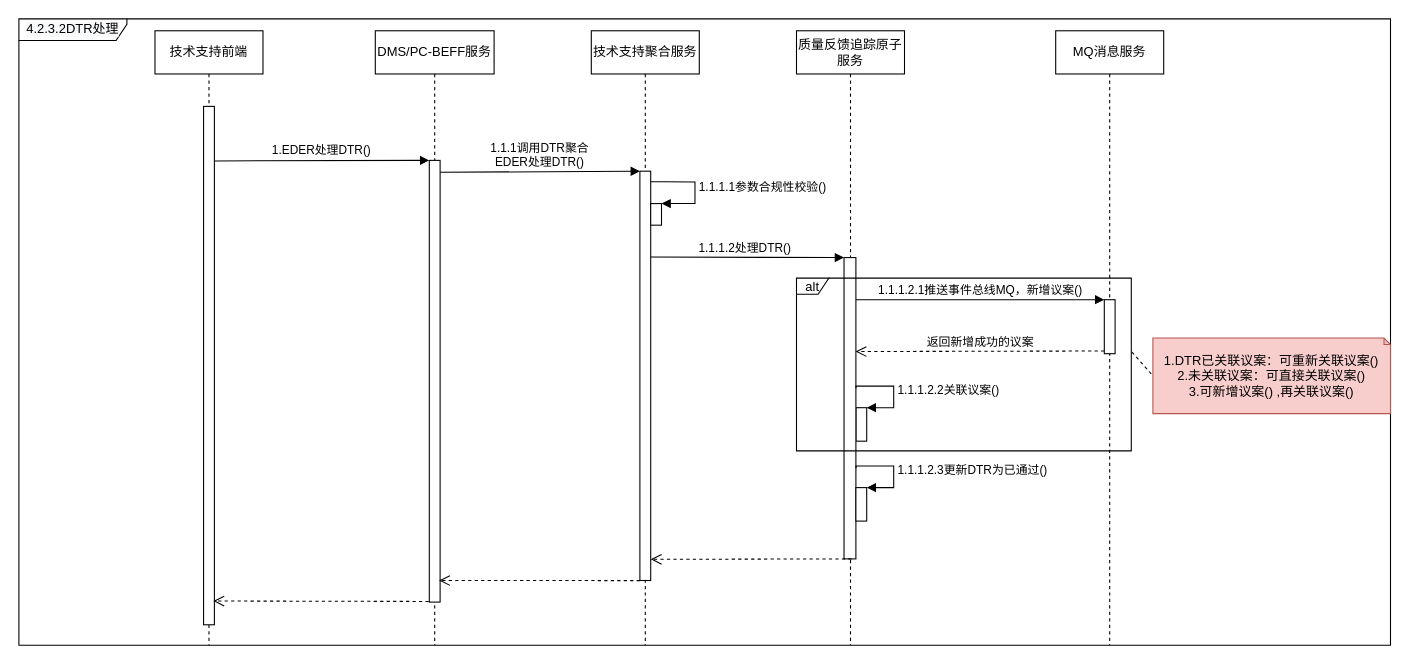
The draw.io diagram page "DTR行为设计-处理" (5 of 5) of images/DTR时序图.drawio in 1132489442/designer, before the edit. Source tidied: cells renumbered, new cells numbered last; positions are measured from the earlier drawing's top-left corner, leaving out a move shared by most shapes. Both pictures are drawn from the tidied source at 108%, with x=0, y=0 at pixel (18, 18).
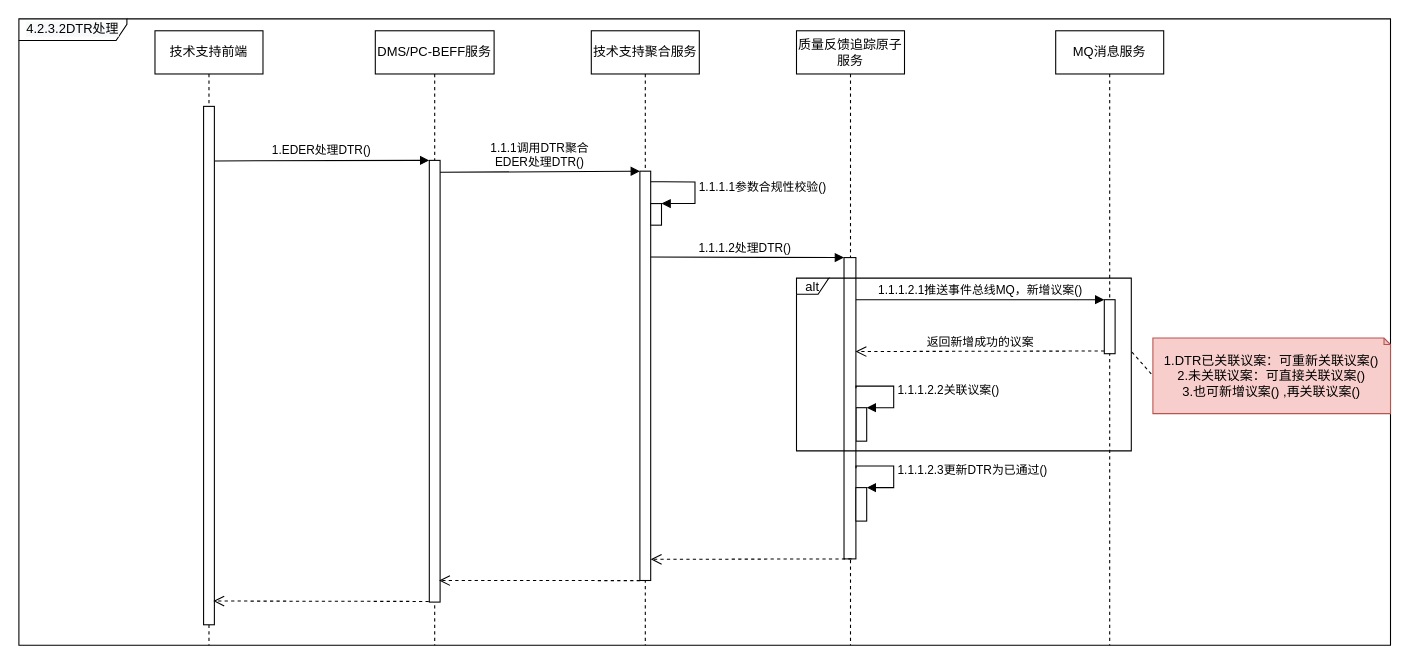
The same page after the edit.

Commit message (it also covers changes not shown here):
更新DTR时序图.drawio

Change to the diagram source:
```diff
@@
-    <mxCell id="25" value="1.DTR已关联议案：可重新关联议案()&lt;br&gt;2.未关联议案：可直接关联议案()&lt;br&gt;3.可新增议案() ,再关联议案()" style="shape=note;whiteSpace=wrap;html=1;backgroundOutline=1;darkOpacity=0.05;fillColor=#f8cecc;size=6;strokeColor=#b85450;" parent="1" vertex="1">
+    <mxCell id="25" value="1.DTR已关联议案：可重新关联议案()&lt;br&gt;2.未关联议案：可直接关联议案()&lt;br&gt;3.也可新增议案() ,再关联议案()" style="shape=note;whiteSpace=wrap;html=1;backgroundOutline=1;darkOpacity=0.05;fillColor=#f8cecc;size=6;strokeColor=#b85450;" parent="1" vertex="1">
       <mxGeometry x="1050" y="295.5" width="220" height="70" as="geometry" />
     </mxCell>
```
